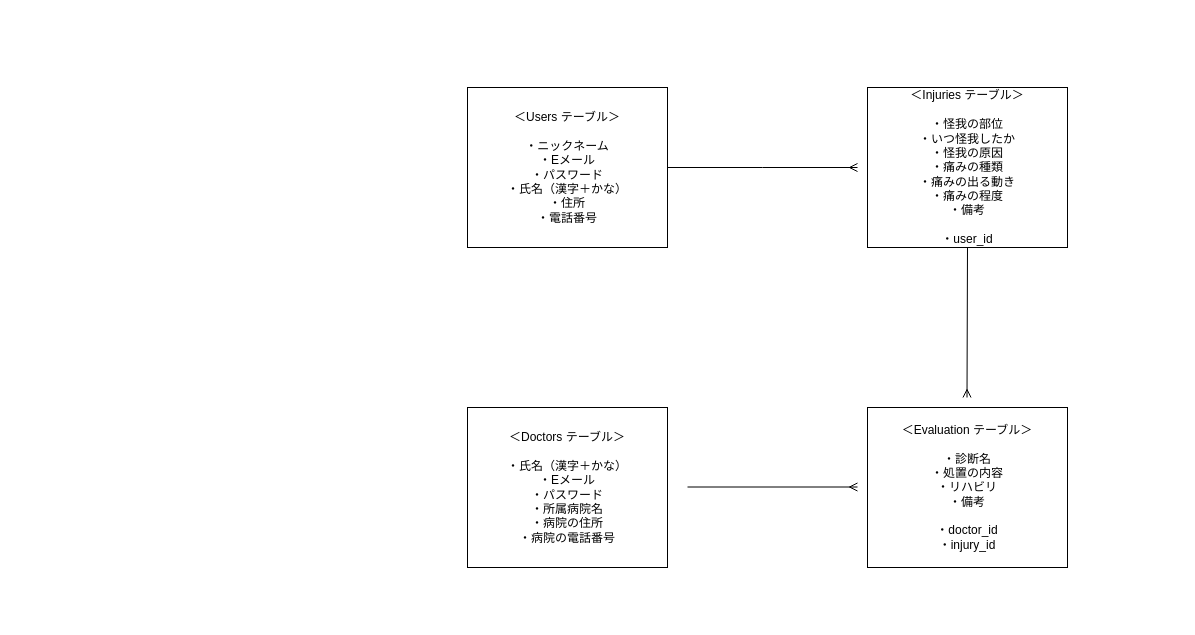
The draw.io diagram page "tables" (3 of 3) of er.dio in k-ske/doc-app, before the edit. Source tidied: cells renumbered, new cells numbered last; positions are measured from the earlier drawing's top-left corner, leaving out a move shared by most shapes. Both pictures are drawn from the tidied source at 100%, with x=0, y=0 at pixel (467, 87).
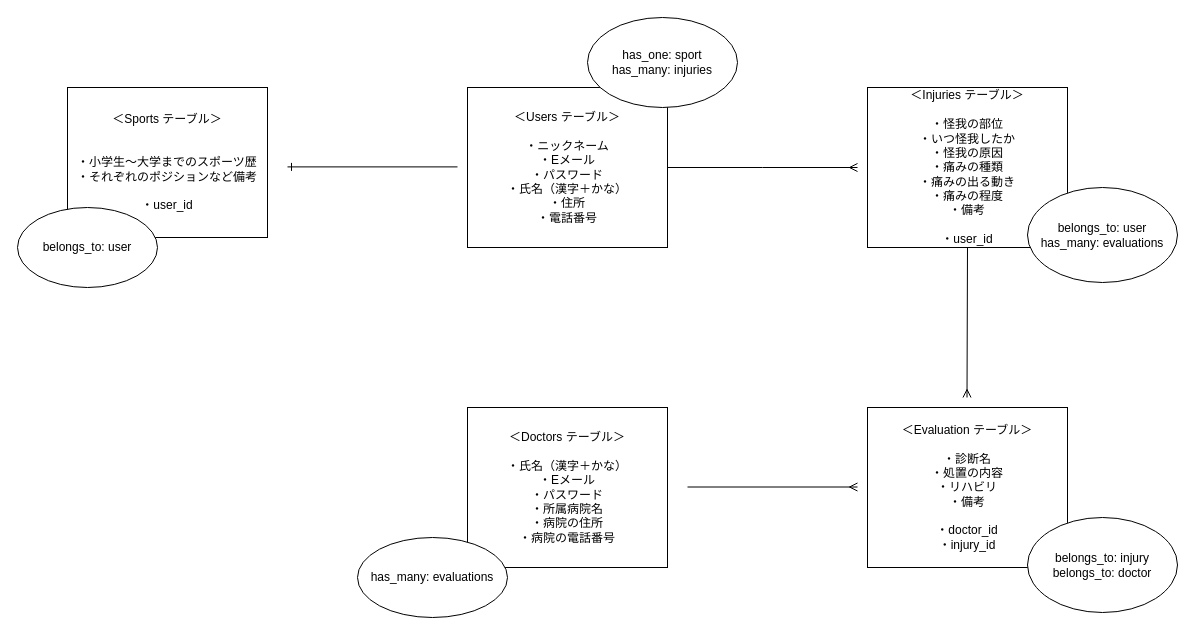
The same diagram, later.

What changed in the source:
```diff
@@
 <mxGraphModel>
   <root>
     <mxCell id="0" />
     <mxCell id="1" parent="0" />
     <mxCell id="2" value="＜Users テーブル＞&lt;br&gt;&lt;br&gt;・ニックネーム&lt;br&gt;・Eメール&lt;br&gt;・パスワード&lt;br&gt;・氏名（漢字＋かな）&lt;br&gt;・住所&lt;br&gt;・電話番号" style="whiteSpace=wrap;html=1;" parent="1" vertex="1">
       <mxGeometry width="200" height="160" as="geometry" />
     </mxCell>
     <mxCell id="3" value="＜Injuries テーブル＞&lt;br&gt;&lt;br&gt;・怪我の部位&lt;br&gt;・いつ怪我したか&lt;br&gt;・怪我の原因&lt;br&gt;・痛みの種類&lt;br&gt;・痛みの出る動き&lt;br&gt;・痛みの程度&lt;br&gt;・備考&lt;br&gt;&lt;br&gt;・user_id" style="whiteSpace=wrap;html=1;" parent="1" vertex="1">
       <mxGeometry x="400" width="200" height="160" as="geometry" />
     </mxCell>
     <mxCell id="4" value="＜Doctors テーブル＞&lt;br&gt;&lt;br&gt;・氏名（漢字＋かな）&lt;br&gt;・Eメール&lt;br&gt;・パスワード&lt;br&gt;・所属病院名&lt;br&gt;・病院の住所&lt;br&gt;・病院の電話番号" style="whiteSpace=wrap;html=1;" parent="1" vertex="1">
       <mxGeometry y="320" width="200" height="160" as="geometry" />
     </mxCell>
     <mxCell id="5" value="＜Evaluation テーブル＞&lt;br&gt;&lt;br&gt;・診断名&lt;br&gt;・処置の内容&lt;br&gt;・リハビリ&lt;br&gt;・備考&lt;br&gt;&lt;br&gt;・doctor_id&lt;br&gt;・injury_id" style="whiteSpace=wrap;html=1;" parent="1" vertex="1">
       <mxGeometry x="400" y="320" width="200" height="160" as="geometry" />
     </mxCell>
     <mxCell id="6" style="edgeStyle=orthogonalEdgeStyle;rounded=0;jettySize=auto;html=1;exitX=1;exitY=0.5;exitDx=0;exitDy=0;backgroundOutline=0;endArrow=ERmany;endFill=1;" parent="1" edge="1" source="2">
       <mxGeometry relative="1" as="geometry">
         <mxPoint x="390" y="80" as="targetPoint" />
       </mxGeometry>
     </mxCell>
     <mxCell id="7" style="edgeStyle=orthogonalEdgeStyle;rounded=0;orthogonalLoop=1;jettySize=auto;html=1;exitX=1;exitY=0.5;exitDx=0;exitDy=0;backgroundOutline=0;endArrow=ERmany;endFill=1;" parent="1" edge="1">
       <mxGeometry relative="1" as="geometry">
         <mxPoint x="220" y="399.5" as="sourcePoint" />
         <mxPoint x="390" y="399.5" as="targetPoint" />
       </mxGeometry>
     </mxCell>
     <mxCell id="8" style="edgeStyle=orthogonalEdgeStyle;rounded=0;jettySize=auto;html=1;backgroundOutline=0;endArrow=ERmany;endFill=1;exitX=0.5;exitY=1;exitDx=0;exitDy=0;" parent="1" edge="1" source="3">
       <mxGeometry relative="1" as="geometry">
         <mxPoint x="499.5" y="310" as="targetPoint" />
       </mxGeometry>
     </mxCell>
+    <mxCell id="9" value="＜Sports テーブル＞&lt;br&gt;&lt;br/&gt;&lt;br&gt;・小学生〜大学までのスポーツ歴&lt;br&gt;・それぞれのポジションなど備考&lt;br&gt;&lt;br&gt;・user_id" style="whiteSpace=wrap;html=1;" parent="1" vertex="1">
+      <mxGeometry x="-400" width="200" height="150" as="geometry" />
+    </mxCell>
+    <mxCell id="10" style="edgeStyle=orthogonalEdgeStyle;rounded=0;orthogonalLoop=1;jettySize=auto;html=1;endArrow=ERone;endFill=0;" parent="1" edge="1">
+      <mxGeometry relative="1" as="geometry">
+        <mxPoint x="-10" y="79.4" as="sourcePoint" />
+        <mxPoint x="-180" y="79.4" as="targetPoint" />
+      </mxGeometry>
+    </mxCell>
+    <mxCell id="11" value="has_one: sport&lt;br&gt;has_many: injuries" style="ellipse;whiteSpace=wrap;html=1;" parent="1" vertex="1">
+      <mxGeometry x="120" y="-70" width="150" height="90" as="geometry" />
+    </mxCell>
+    <mxCell id="12" value="belongs_to: user" style="ellipse;whiteSpace=wrap;html=1;" parent="1" vertex="1">
+      <mxGeometry x="-450" y="120" width="140" height="80" as="geometry" />
+    </mxCell>
+    <mxCell id="13" value="belongs_to: user&lt;br&gt;has_many: evaluations" style="ellipse;whiteSpace=wrap;html=1;" parent="1" vertex="1">
+      <mxGeometry x="560" y="100" width="150" height="95" as="geometry" />
+    </mxCell>
+    <mxCell id="14" value="has_many: evaluations" style="ellipse;whiteSpace=wrap;html=1;" parent="1" vertex="1">
+      <mxGeometry x="-110" y="450" width="150" height="80" as="geometry" />
+    </mxCell>
+    <mxCell id="15" value="belongs_to: injury&lt;br&gt;belongs_to: doctor" style="ellipse;whiteSpace=wrap;html=1;" parent="1" vertex="1">
+      <mxGeometry x="560" y="430" width="150" height="95" as="geometry" />
+    </mxCell>
   </root>
 </mxGraphModel>
```
